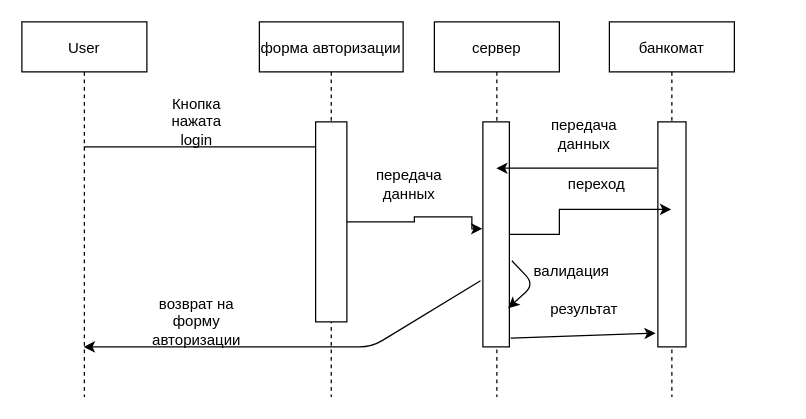
UnknownBoom/UP keeps this draw.io diagram as Seq.drawio. Above is the earlier version. Source tidied: cells renumbered, new cells numbered last; positions are measured from the earlier drawing's top-left corner, leaving out a move shared by most shapes. Both pictures are drawn from the tidied source at 125%, with x=0, y=0 at pixel (21, 21).
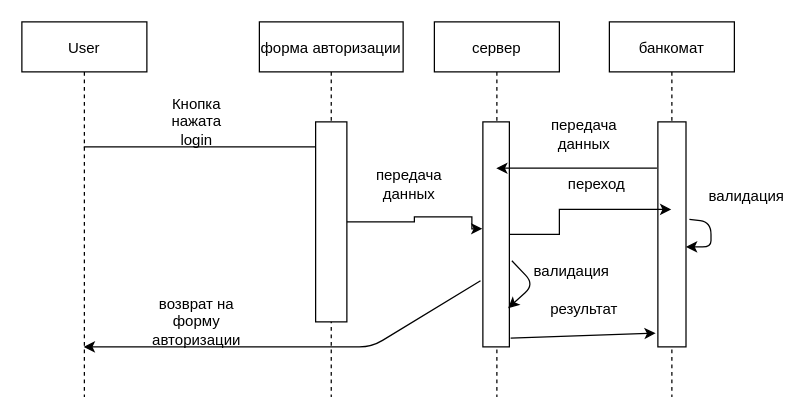
The same page after the edit.

The change refers to these unchanged cells:
```xml
<mxCell id="14" value="банкомат" style="shape=umlLifeline;perimeter=lifelinePerimeter;rounded=0;shadow=0;strokeWidth=1;" parent="1" vertex="1">
  <mxGeometry x="470" width="100" height="300" as="geometry" />
</mxCell>
<mxCell id="15" style="points=[];perimeter=orthogonalPerimeter;rounded=0;shadow=0;strokeWidth=1;" parent="14" vertex="1">
  <mxGeometry x="38.8" y="80" width="22.5" height="180" as="geometry" />
</mxCell>
```

The edit, as a diff of the source:
```diff
@@
+    <mxCell id="23" style="endArrow=classic;html=1;exitX=1.122;exitY=0.433;exitDx=0;exitDy=0;exitPerimeter=0;" parent="14" edge="1" source="15" target="15">
+      <mxGeometry relative="1" as="geometry" />
+    </mxCell>
@@
+    <mxCell id="24" value="валидация" style="text;html=1;strokeColor=none;fillColor=none;align=center;verticalAlign=middle;whiteSpace=wrap;rounded=0;" parent="1" vertex="1">
+      <mxGeometry x="550" y="120" width="60" height="40" as="geometry" />
+    </mxCell>
```
